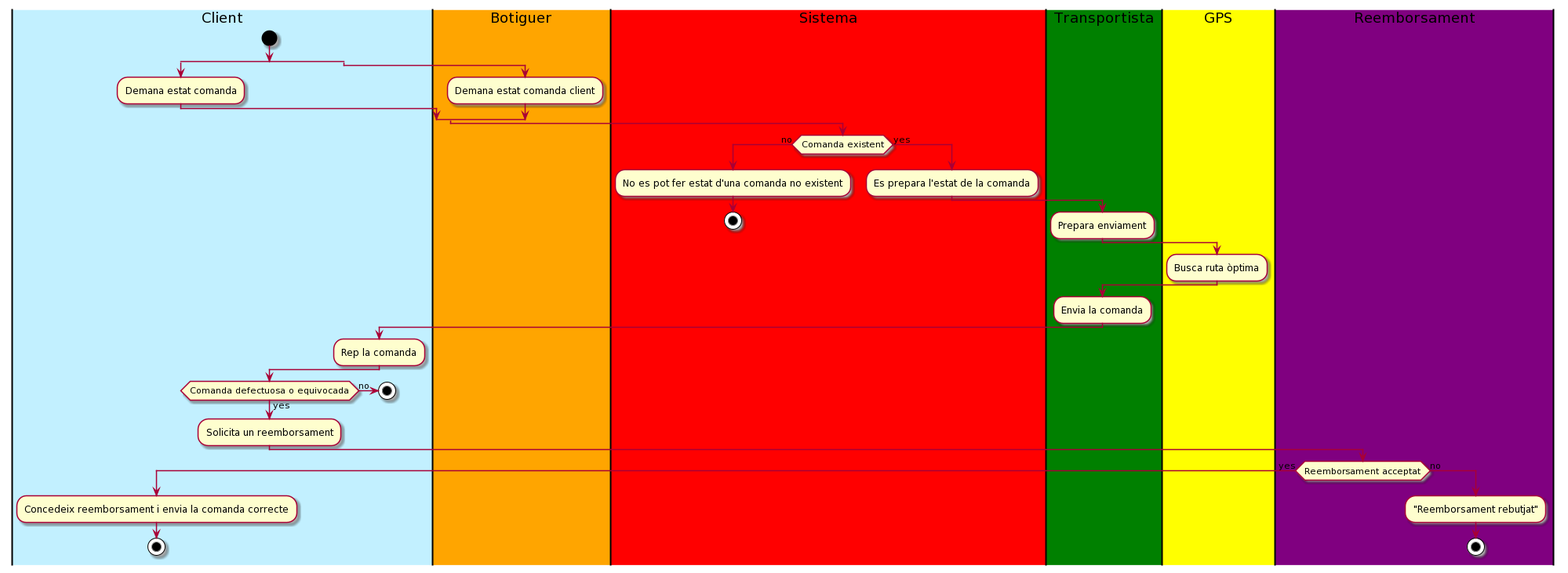
The PlantUML diagram diagrams/sprint2_diag_act_estat_comanda.png in polpagesdev/delivery-app, before a commit.
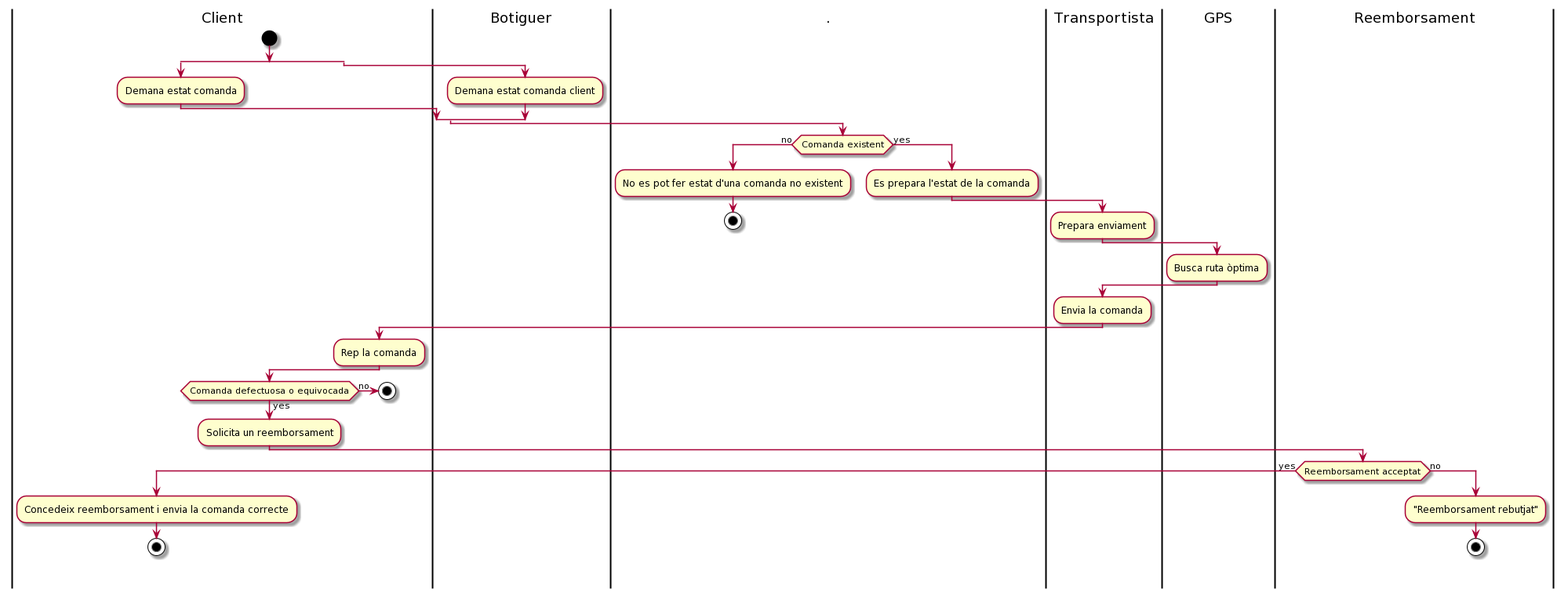
Later version of the same file.

Change to the diagram source:
```diff
@@ -1,21 +1,21 @@
 @startuml
-|#Application|Client|
+|Client|
 start
 split
 :Demana estat comanda;
 split again
-|#Orange|Botiguer|
+|Botiguer|
 :Demana estat comanda client;
 end split
-|#Red|Sistema|
+|.|
 if (Comanda existent) then (no)
    :No es pot fer estat d'una comanda no existent;
    stop
 else (yes)
    :Es prepara l'estat de la comanda;
-   |#Green|Transportista|
+   |Transportista|
    :Prepara enviament;
-   |#Yellow|GPS|
+   |GPS|
    :Busca ruta òptima;
    |Transportista|
    :Envia la comanda;
@@ -27,7 +27,7 @@
 stop
 else (yes)
    :Solicita un reemborsament;
-   |#Purple|Reemborsament|
+   |Reemborsament|
    if (Reemborsament acceptat) then (yes)
    |Client|
    :Concedeix reemborsament i envia la comanda correcte;
```
